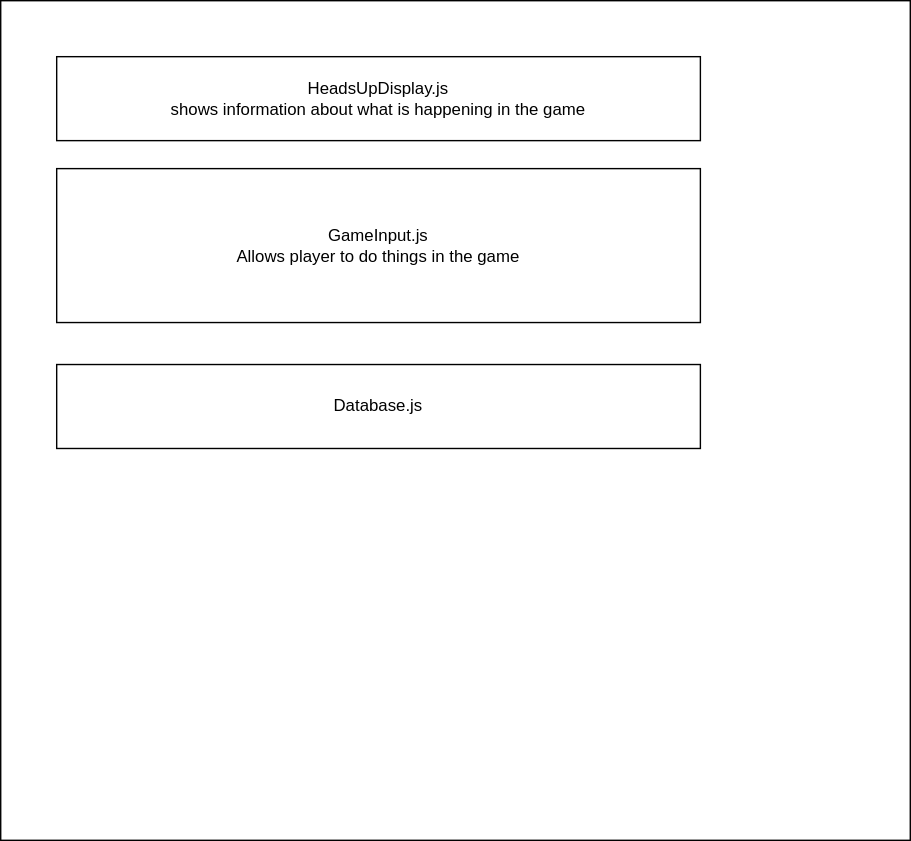
mejia-dev/choose-your-own-adventure keeps this draw.io diagram as choose-your-own-adventure.drawio.svg. Above is the earlier version. Source tidied: cells renumbered, new cells last; positions are measured from the earlier drawing's top-left corner, leaving out a move shared by most shapes. Source of this version:
```xml
<mxGraphModel>
  <root>
    <mxCell id="0" />
    <mxCell id="1" parent="0" />
    <mxCell id="2" style="rounded=0;whiteSpace=wrap;html=1;" parent="1" vertex="1">
      <mxGeometry width="650" height="600" as="geometry" />
    </mxCell>
    <mxCell id="3" value="HeadsUpDisplay.js&lt;br&gt;shows information about what is happening in the game" style="rounded=0;whiteSpace=wrap;html=1;" parent="1" vertex="1">
      <mxGeometry x="40" y="40" width="460" height="60" as="geometry" />
    </mxCell>
    <mxCell id="4" value="Database.js" style="rounded=0;whiteSpace=wrap;html=1;" parent="1" vertex="1">
      <mxGeometry x="40" y="260" width="460" height="60" as="geometry" />
    </mxCell>
    <mxCell id="5" value="GameInput.js&lt;br&gt;Allows player to do things in the game" style="rounded=0;whiteSpace=wrap;html=1;" parent="1" vertex="1">
      <mxGeometry x="40" y="120" width="460" height="110" as="geometry" />
    </mxCell>
  </root>
</mxGraphModel>
```
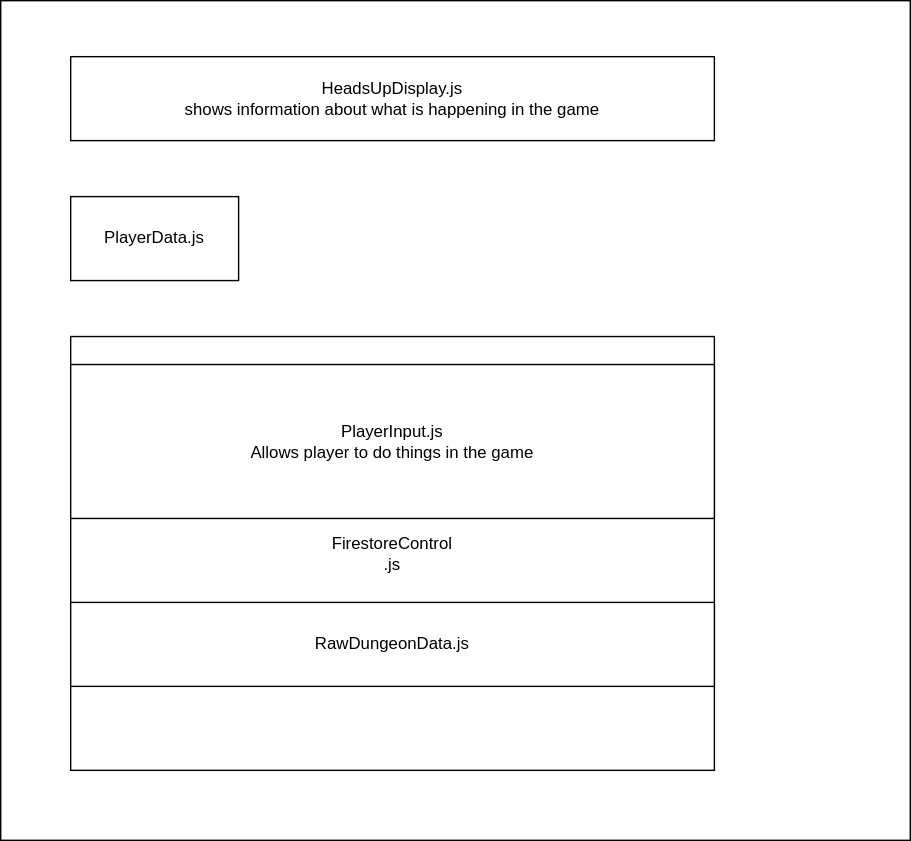
Later version of the same file.

What changed in the source:
```diff
@@ -6,13 +6,19 @@
       <mxGeometry width="650" height="600" as="geometry" />
     </mxCell>
     <mxCell id="3" value="HeadsUpDisplay.js&lt;br&gt;shows information about what is happening in the game" style="rounded=0;whiteSpace=wrap;html=1;" parent="1" vertex="1">
-      <mxGeometry x="40" y="40" width="460" height="60" as="geometry" />
+      <mxGeometry x="50" y="40" width="460" height="60" as="geometry" />
     </mxCell>
-    <mxCell id="4" value="Database.js" style="rounded=0;whiteSpace=wrap;html=1;" parent="1" vertex="1">
-      <mxGeometry x="40" y="260" width="460" height="60" as="geometry" />
+    <mxCell id="4" value="FirestoreControl&lt;br&gt;.js" style="rounded=0;whiteSpace=wrap;html=1;" parent="1" vertex="1">
+      <mxGeometry x="50" y="240" width="460" height="310" as="geometry" />
     </mxCell>
-    <mxCell id="5" value="GameInput.js&lt;br&gt;Allows player to do things in the game" style="rounded=0;whiteSpace=wrap;html=1;" parent="1" vertex="1">
-      <mxGeometry x="40" y="120" width="460" height="110" as="geometry" />
+    <mxCell id="5" value="PlayerInput.js&lt;br&gt;Allows player to do things in the game" style="rounded=0;whiteSpace=wrap;html=1;" parent="1" vertex="1">
+      <mxGeometry x="50" y="260" width="460" height="110" as="geometry" />
     </mxCell>
+    <mxCell id="6" value="RawDungeonData.js" style="rounded=0;whiteSpace=wrap;html=1;" parent="1" vertex="1">
+      <mxGeometry x="50" y="430" width="460" height="60" as="geometry" />
+    </mxCell>
+    <mxCell id="7" value="PlayerData.js&lt;br&gt;" style="rounded=0;whiteSpace=wrap;html=1;" parent="1" vertex="1">
+      <mxGeometry x="50" y="140" width="120" height="60" as="geometry" />
+    </mxCell>
   </root>
 </mxGraphModel>
```
